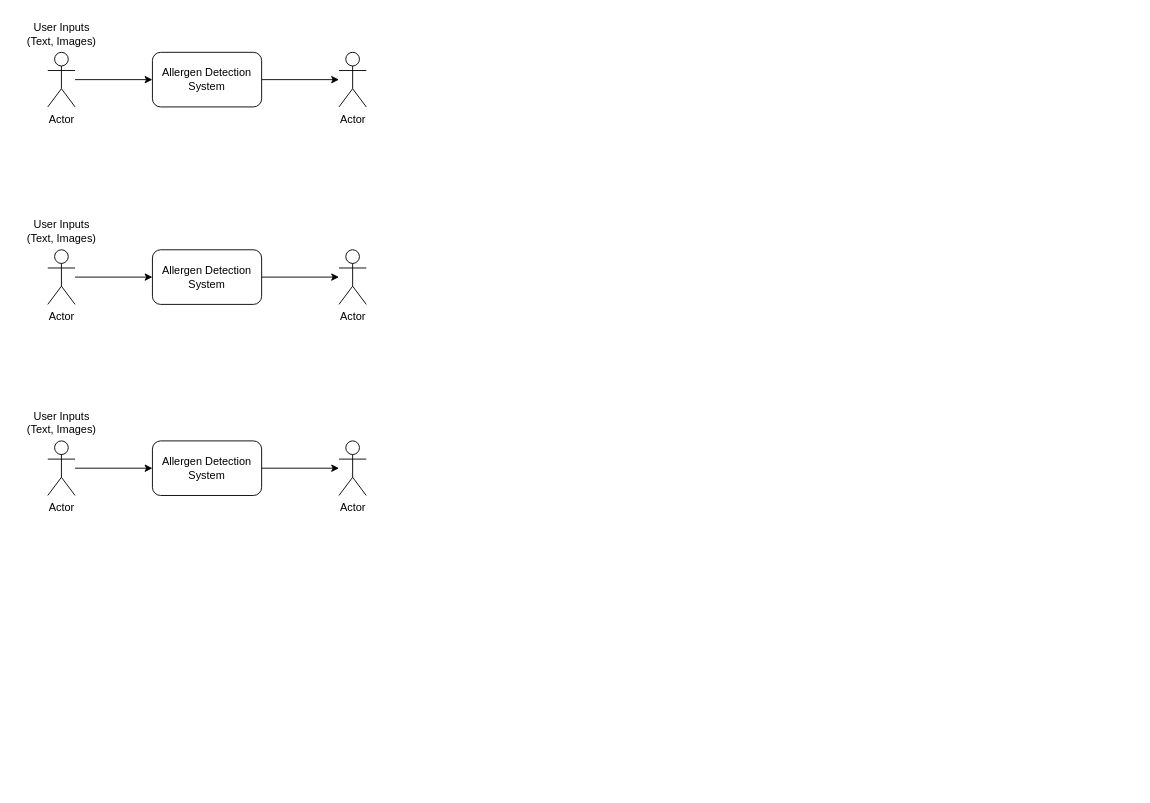
kalebwbishop/senior-design keeps this draw.io diagram as Design_Diagrams/design_diagram.drawio. Above is the earlier version. Source tidied: cells renumbered, new cells numbered last; positions are measured from the earlier drawing's top-left corner, leaving out a move shared by most shapes. Both pictures are drawn from the tidied source at 91%, with x=0, y=0 at pixel (15, 15).
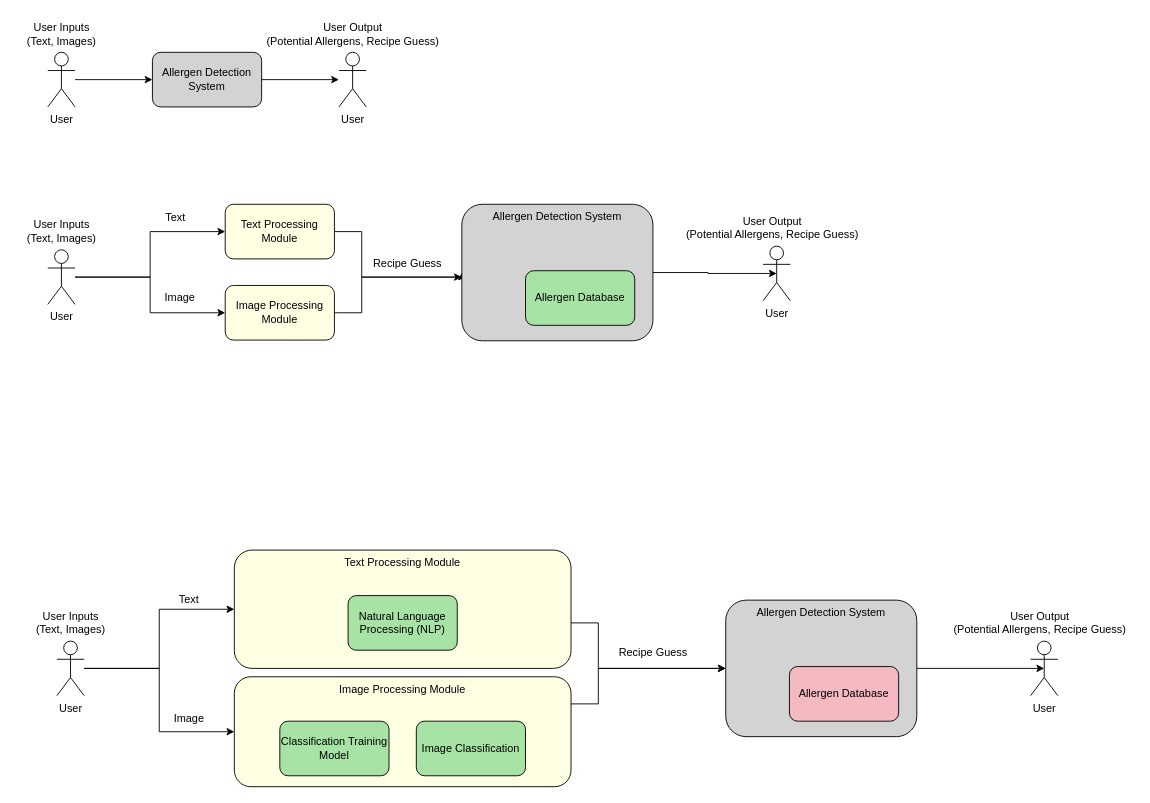
Above is the later version.

Commit message (it also covers changes not shown here):
Updated design diagram draw.io

The edit, as a diff of the source:
```diff
@@
-    <mxCell id="4" value="Actor" style="shape=umlActor;verticalLabelPosition=bottom;verticalAlign=top;html=1;outlineConnect=0;" parent="1" vertex="1">
+    <mxCell id="4" value="User" style="shape=umlActor;verticalLabelPosition=bottom;verticalAlign=top;html=1;outlineConnect=0;" parent="1" vertex="1">
       <mxGeometry x="35" y="40" width="30" height="60" as="geometry" />
     </mxCell>
@@
-    <mxCell id="6" value="Allergen Detection System" style="rounded=1;whiteSpace=wrap;html=1;" parent="1" vertex="1">
+    <mxCell id="6" value="Allergen Detection System" style="rounded=1;whiteSpace=wrap;html=1;fillColor=#D3D3D3;" parent="1" vertex="1">
       <mxGeometry x="150" y="40" width="120" height="60" as="geometry" />
     </mxCell>
-    <mxCell id="7" value="Actor" style="shape=umlActor;verticalLabelPosition=bottom;verticalAlign=top;html=1;outlineConnect=0;" parent="1" vertex="1">
+    <mxCell id="7" value="User" style="shape=umlActor;verticalLabelPosition=bottom;verticalAlign=top;html=1;outlineConnect=0;" parent="1" vertex="1">
       <mxGeometry x="355" y="40" width="30" height="60" as="geometry" />
     </mxCell>
@@
-    <mxCell id="9" style="edgeStyle=orthogonalEdgeStyle;rounded=0;jettySize=auto;html=1;entryX=0;entryY=0.5;entryDx=0;entryDy=0;" parent="1" edge="1" source="10" target="12">
-      <mxGeometry relative="1" as="geometry" />
-    </mxCell>
+    <mxCell id="20" style="edgeStyle=orthogonalEdgeStyle;rounded=0;jettySize=auto;html=1;entryX=0;entryY=0.5;entryDx=0;entryDy=0;" parent="1" edge="1" source="10" target="25">
+      <mxGeometry relative="1" as="geometry" />
+    </mxCell>
+    <mxCell id="21" style="edgeStyle=orthogonalEdgeStyle;rounded=0;jettySize=auto;html=1;" parent="1" edge="1" source="10" target="27">
+      <mxGeometry relative="1" as="geometry" />
+    </mxCell>
-    <mxCell id="10" value="Actor" style="shape=umlActor;verticalLabelPosition=bottom;verticalAlign=top;html=1;outlineConnect=0;" parent="1" vertex="1">
+    <mxCell id="10" value="User" style="shape=umlActor;verticalLabelPosition=bottom;verticalAlign=top;html=1;outlineConnect=0;" parent="1" vertex="1">
       <mxGeometry x="35" y="257" width="30" height="60" as="geometry" />
     </mxCell>
-    <mxCell id="11" style="edgeStyle=orthogonalEdgeStyle;rounded=0;jettySize=auto;html=1;" parent="1" edge="1" source="12" target="13">
-      <mxGeometry relative="1" as="geometry" />
-    </mxCell>
-    <mxCell id="12" value="Allergen Detection System" style="rounded=1;whiteSpace=wrap;html=1;" parent="1" vertex="1">
-      <mxGeometry x="150" y="257" width="120" height="60" as="geometry" />
-    </mxCell>
-    <mxCell id="13" value="Actor" style="shape=umlActor;verticalLabelPosition=bottom;verticalAlign=top;html=1;outlineConnect=0;" parent="1" vertex="1">
-      <mxGeometry x="355" y="257" width="30" height="60" as="geometry" />
+    <mxCell id="13" value="User" style="shape=umlActor;verticalLabelPosition=bottom;verticalAlign=top;html=1;outlineConnect=0;" parent="1" vertex="1">
+      <mxGeometry x="821" y="253" width="30" height="60" as="geometry" />
     </mxCell>
+    <mxCell id="22" value="&lt;div&gt;User Output&lt;/div&gt;&lt;div&gt;(Potential Allergens, Recipe Guess)&lt;br&gt;&lt;/div&gt;" style="text;html=1;align=center;verticalAlign=middle;strokeColor=none;fillColor=none;" parent="1" vertex="1">
+      <mxGeometry x="265" width="210" height="40" as="geometry" />
+    </mxCell>
+    <mxCell id="23" value="&lt;div&gt;User Output&lt;/div&gt;&lt;div&gt;(Potential Allergens, Recipe Guess)&lt;br&gt;&lt;/div&gt;" style="text;html=1;align=center;verticalAlign=middle;strokeColor=none;fillColor=none;" parent="1" vertex="1">
+      <mxGeometry x="726" y="213" width="210" height="40" as="geometry" />
+    </mxCell>
+    <mxCell id="24" style="edgeStyle=orthogonalEdgeStyle;rounded=0;jettySize=auto;html=1;entryX=0;entryY=0.5;entryDx=0;entryDy=0;" parent="1" edge="1" source="25" target="30">
+      <mxGeometry relative="1" as="geometry">
+        <Array as="points">
+          <mxPoint x="380" y="237" />
+          <mxPoint x="380" y="287" />
+        </Array>
+      </mxGeometry>
+    </mxCell>
+    <mxCell id="25" value="Text Processing Module" style="rounded=1;whiteSpace=wrap;html=1;fillColor=#FFFFE3;" parent="1" vertex="1">
+      <mxGeometry x="230" y="207" width="120" height="60" as="geometry" />
+    </mxCell>
+    <mxCell id="26" style="edgeStyle=orthogonalEdgeStyle;rounded=0;jettySize=auto;html=1;" parent="1" edge="1" source="27" target="30">
+      <mxGeometry relative="1" as="geometry">
+        <Array as="points">
+          <mxPoint x="380" y="326" />
+          <mxPoint x="380" y="287" />
+        </Array>
+      </mxGeometry>
+    </mxCell>
+    <mxCell id="27" value="Image Processing Module" style="rounded=1;whiteSpace=wrap;html=1;fillColor=#FFFFE3;" parent="1" vertex="1">
+      <mxGeometry x="230" y="296.2" width="120" height="60" as="geometry" />
+    </mxCell>
+    <mxCell id="28" value="&lt;div&gt;Text&lt;/div&gt;" style="text;html=1;align=center;verticalAlign=middle;strokeColor=none;fillColor=none;" parent="1" vertex="1">
+      <mxGeometry x="150" y="207" width="50" height="30" as="geometry" />
+    </mxCell>
+    <mxCell id="29" value="Image" style="text;html=1;align=center;verticalAlign=middle;strokeColor=none;fillColor=none;" parent="1" vertex="1">
+      <mxGeometry x="150" y="295" width="60" height="30" as="geometry" />
+    </mxCell>
+    <mxCell id="30" value="Allergen Detection System" style="rounded=1;whiteSpace=wrap;html=1;fillColor=#D3D3D3;verticalAlign=top;" parent="1" vertex="1">
+      <mxGeometry x="490" y="207" width="210" height="150" as="geometry" />
+    </mxCell>
+    <mxCell id="31" value="Recipe Guess" style="text;html=1;align=center;verticalAlign=middle;strokeColor=none;fillColor=none;" parent="1" vertex="1">
+      <mxGeometry x="380" y="257" width="100" height="30" as="geometry" />
+    </mxCell>
+    <mxCell id="32" value="Allergen Database" style="rounded=1;whiteSpace=wrap;html=1;fillColor=#a8e3a6;" parent="1" vertex="1">
+      <mxGeometry x="560" y="280" width="120" height="60" as="geometry" />
+    </mxCell>
+    <mxCell id="33" style="edgeStyle=orthogonalEdgeStyle;rounded=0;jettySize=auto;html=1;entryX=0.5;entryY=0.5;entryDx=0;entryDy=0;entryPerimeter=0;" parent="1" edge="1" source="30" target="13">
+      <mxGeometry relative="1" as="geometry" />
+    </mxCell>
     <mxCell id="14" value="&lt;div&gt;User Inputs&lt;/div&gt;&lt;div&gt;(Text, Images)&lt;br&gt;&lt;/div&gt;" style="text;html=1;align=center;verticalAlign=middle;strokeColor=none;fillColor=none;" parent="1" vertex="1">
-      <mxGeometry y="427" width="100" height="40" as="geometry" />
+      <mxGeometry x="10" y="647" width="100" height="40" as="geometry" />
     </mxCell>
-    <mxCell id="15" style="edgeStyle=orthogonalEdgeStyle;rounded=0;jettySize=auto;html=1;entryX=0;entryY=0.5;entryDx=0;entryDy=0;" parent="1" edge="1" source="16" target="18">
-      <mxGeometry relative="1" as="geometry" />
-    </mxCell>
-    <mxCell id="16" value="Actor" style="shape=umlActor;verticalLabelPosition=bottom;verticalAlign=top;html=1;outlineConnect=0;" parent="1" vertex="1">
-      <mxGeometry x="35" y="467" width="30" height="60" as="geometry" />
-    </mxCell>
-    <mxCell id="17" style="edgeStyle=orthogonalEdgeStyle;rounded=0;jettySize=auto;html=1;" parent="1" edge="1" source="18" target="19">
-      <mxGeometry relative="1" as="geometry" />
-    </mxCell>
-    <mxCell id="18" value="Allergen Detection System" style="rounded=1;whiteSpace=wrap;html=1;" parent="1" vertex="1">
-      <mxGeometry x="150" y="467" width="120" height="60" as="geometry" />
-    </mxCell>
-    <mxCell id="19" value="Actor" style="shape=umlActor;verticalLabelPosition=bottom;verticalAlign=top;html=1;outlineConnect=0;" parent="1" vertex="1">
-      <mxGeometry x="355" y="467" width="30" height="60" as="geometry" />
-    </mxCell>
+    <mxCell id="34" style="edgeStyle=orthogonalEdgeStyle;rounded=0;jettySize=auto;html=1;entryX=0;entryY=0.5;entryDx=0;entryDy=0;" parent="1" edge="1" source="36" target="40">
+      <mxGeometry relative="1" as="geometry" />
+    </mxCell>
+    <mxCell id="35" style="edgeStyle=orthogonalEdgeStyle;rounded=0;jettySize=auto;html=1;" parent="1" edge="1" source="36" target="42">
+      <mxGeometry relative="1" as="geometry" />
+    </mxCell>
+    <mxCell id="36" value="User" style="shape=umlActor;verticalLabelPosition=bottom;verticalAlign=top;html=1;outlineConnect=0;" parent="1" vertex="1">
+      <mxGeometry x="45" y="687" width="30" height="60" as="geometry" />
+    </mxCell>
+    <mxCell id="37" value="User" style="shape=umlActor;verticalLabelPosition=bottom;verticalAlign=top;html=1;outlineConnect=0;" parent="1" vertex="1">
+      <mxGeometry x="1115" y="687" width="30" height="60" as="geometry" />
+    </mxCell>
+    <mxCell id="38" value="&lt;div&gt;User Output&lt;/div&gt;&lt;div&gt;(Potential Allergens, Recipe Guess)&lt;br&gt;&lt;/div&gt;" style="text;html=1;align=center;verticalAlign=middle;strokeColor=none;fillColor=none;" parent="1" vertex="1">
+      <mxGeometry x="1020" y="647" width="210" height="40" as="geometry" />
+    </mxCell>
+    <mxCell id="39" style="edgeStyle=orthogonalEdgeStyle;rounded=0;jettySize=auto;html=1;entryX=0;entryY=0.5;entryDx=0;entryDy=0;" parent="1" edge="1" source="40" target="45">
+      <mxGeometry relative="1" as="geometry">
+        <Array as="points">
+          <mxPoint x="640" y="667" />
+          <mxPoint x="640" y="717" />
+        </Array>
+      </mxGeometry>
+    </mxCell>
+    <mxCell id="40" value="Text Processing Module" style="rounded=1;whiteSpace=wrap;html=1;fillColor=#FFFFE3;verticalAlign=top;" parent="1" vertex="1">
+      <mxGeometry x="240" y="587" width="370" height="130" as="geometry" />
+    </mxCell>
+    <mxCell id="41" style="edgeStyle=orthogonalEdgeStyle;rounded=0;jettySize=auto;html=1;" parent="1" edge="1" source="42" target="45">
+      <mxGeometry relative="1" as="geometry">
+        <Array as="points">
+          <mxPoint x="640" y="756" />
+          <mxPoint x="640" y="717" />
+        </Array>
+      </mxGeometry>
+    </mxCell>
+    <mxCell id="42" value="Image Processing Module" style="rounded=1;whiteSpace=wrap;html=1;fillColor=#FFFFE3;verticalAlign=top;" parent="1" vertex="1">
+      <mxGeometry x="240" y="726.2" width="370" height="120.8" as="geometry" />
+    </mxCell>
+    <mxCell id="43" value="&lt;div&gt;Text&lt;/div&gt;" style="text;html=1;align=center;verticalAlign=middle;strokeColor=none;fillColor=none;" parent="1" vertex="1">
+      <mxGeometry x="165" y="627" width="50" height="30" as="geometry" />
+    </mxCell>
+    <mxCell id="44" value="Image" style="text;html=1;align=center;verticalAlign=middle;strokeColor=none;fillColor=none;" parent="1" vertex="1">
+      <mxGeometry x="160" y="757" width="60" height="30" as="geometry" />
+    </mxCell>
+    <mxCell id="45" value="Allergen Detection System" style="rounded=1;whiteSpace=wrap;html=1;fillColor=#D3D3D3;verticalAlign=top;" parent="1" vertex="1">
+      <mxGeometry x="780" y="642" width="210" height="150" as="geometry" />
+    </mxCell>
+    <mxCell id="46" value="Recipe Guess" style="text;html=1;align=center;verticalAlign=middle;strokeColor=none;fillColor=none;" parent="1" vertex="1">
+      <mxGeometry x="650" y="685" width="100" height="30" as="geometry" />
+    </mxCell>
+    <mxCell id="47" value="Allergen Database" style="rounded=1;whiteSpace=wrap;html=1;fillColor=#F4B9C1;" parent="1" vertex="1">
+      <mxGeometry x="850" y="715" width="120" height="60" as="geometry" />
+    </mxCell>
+    <mxCell id="48" style="edgeStyle=orthogonalEdgeStyle;rounded=0;jettySize=auto;html=1;entryX=0.5;entryY=0.5;entryDx=0;entryDy=0;entryPerimeter=0;" parent="1" edge="1" source="45" target="37">
+      <mxGeometry relative="1" as="geometry" />
+    </mxCell>
+    <mxCell id="49" value="Natural Language Processing (NLP)" style="rounded=1;whiteSpace=wrap;html=1;fillColor=#A8E3A6;" parent="1" vertex="1">
+      <mxGeometry x="365" y="637" width="120" height="60" as="geometry" />
+    </mxCell>
+    <mxCell id="50" value="Classification Training Model" style="rounded=1;whiteSpace=wrap;html=1;fillColor=#A8E3A6;" parent="1" vertex="1">
+      <mxGeometry x="290" y="775" width="120" height="60" as="geometry" />
+    </mxCell>
+    <mxCell id="51" value="Image Classification" style="rounded=1;whiteSpace=wrap;html=1;fillColor=#A8E3A6;" parent="1" vertex="1">
+      <mxGeometry x="440" y="775" width="120" height="60" as="geometry" />
+    </mxCell>
```
